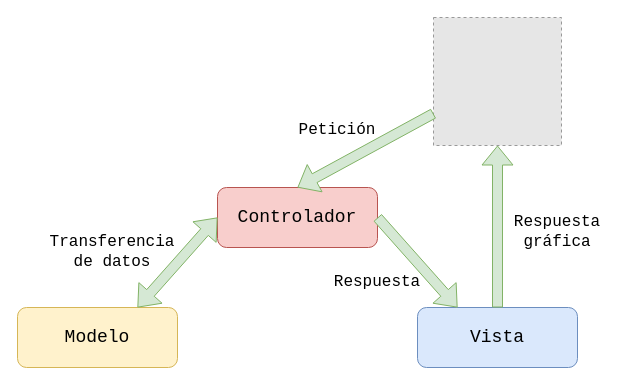
The draw.io diagram Diagrama sin título.drawio in mjcadenas/permutapp, before the edit. Source tidied: cells renumbered, new cells numbered last; positions are measured from the earlier drawing's top-left corner, leaving out a move shared by most shapes. Both pictures are drawn from the tidied source at 100%, with x=0, y=0 at pixel (17, 17). Pictures stored in the file or linked from it are replaced by grey dashed boxes.
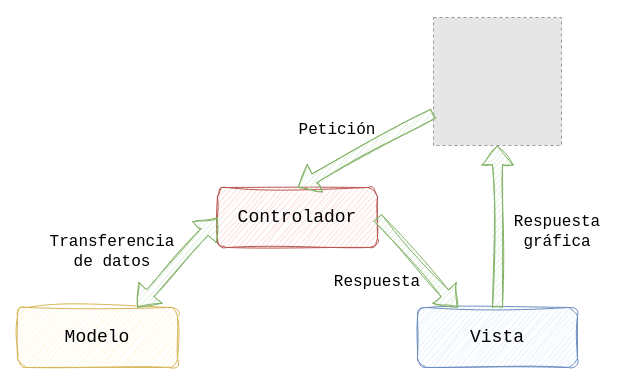
After the change.

What changed in the source:
```diff
@@
 <mxGraphModel>
   <root>
     <mxCell id="0" />
     <mxCell id="1" parent="0" />
-    <mxCell id="2" value="&lt;pre&gt;&lt;font style=&quot;font-size: 18px;&quot; face=&quot;Courier New&quot;&gt;Modelo&lt;/font&gt;&lt;/pre&gt;" style="rounded=1;whiteSpace=wrap;html=1;fillColor=#fff2cc;strokeColor=#d6b656;" parent="1" vertex="1">
+    <mxCell id="2" value="&lt;pre&gt;&lt;font style=&quot;font-size: 18px;&quot; face=&quot;Courier New&quot;&gt;Modelo&lt;/font&gt;&lt;/pre&gt;" style="rounded=1;whiteSpace=wrap;html=1;fillColor=#fff2cc;strokeColor=#d6b656;sketch=1;curveFitting=1;jiggle=2;" parent="1" vertex="1">
       <mxGeometry y="290" width="160" height="60" as="geometry" />
     </mxCell>
-    <mxCell id="3" value="&lt;pre&gt;&lt;font style=&quot;font-size: 18px;&quot; face=&quot;Courier New&quot;&gt;Controlador&lt;/font&gt;&lt;/pre&gt;" style="rounded=1;whiteSpace=wrap;html=1;fillColor=#f8cecc;strokeColor=#b85450;" parent="1" vertex="1">
+    <mxCell id="3" value="&lt;pre&gt;&lt;font style=&quot;font-size: 18px;&quot; face=&quot;Courier New&quot;&gt;Controlador&lt;/font&gt;&lt;/pre&gt;" style="rounded=1;whiteSpace=wrap;html=1;fillColor=#f8cecc;strokeColor=#b85450;sketch=1;curveFitting=1;jiggle=2;" parent="1" vertex="1">
       <mxGeometry x="200" y="170" width="160" height="60" as="geometry" />
     </mxCell>
-    <mxCell id="4" value="&lt;pre&gt;&lt;font style=&quot;font-size: 18px;&quot; face=&quot;Courier New&quot;&gt;Vista&lt;/font&gt;&lt;/pre&gt;" style="rounded=1;whiteSpace=wrap;html=1;fillColor=#dae8fc;strokeColor=#6c8ebf;" parent="1" vertex="1">
+    <mxCell id="4" value="&lt;pre&gt;&lt;font style=&quot;font-size: 18px;&quot; face=&quot;Courier New&quot;&gt;Vista&lt;/font&gt;&lt;/pre&gt;" style="rounded=1;whiteSpace=wrap;html=1;fillColor=#dae8fc;strokeColor=#6c8ebf;sketch=1;curveFitting=1;jiggle=2;" parent="1" vertex="1">
       <mxGeometry x="400" y="290" width="160" height="60" as="geometry" />
     </mxCell>
-    <mxCell id="5" style="shape=flexArrow;endArrow=classic;startArrow=classic;html=1;rounded=0;exitX=0.75;exitY=0;exitDx=0;exitDy=0;fillColor=#d5e8d4;strokeColor=#82b366;entryX=0;entryY=0.5;entryDx=0;entryDy=0;" parent="1" edge="1" source="2" target="3">
+    <mxCell id="5" style="shape=flexArrow;endArrow=classic;startArrow=classic;html=1;rounded=1;exitX=0.75;exitY=0;exitDx=0;exitDy=0;fillColor=#d5e8d4;strokeColor=#82b366;entryX=0;entryY=0.5;entryDx=0;entryDy=0;sketch=1;curveFitting=1;jiggle=2;" parent="1" edge="1" source="2" target="3">
       <mxGeometry relative="1" as="geometry" />
     </mxCell>
-    <mxCell id="6" style="shape=flexArrow;endArrow=none;startArrow=block;html=1;rounded=0;exitX=0.25;exitY=0;exitDx=0;exitDy=0;fillColor=#d5e8d4;strokeColor=#82b366;entryX=1;entryY=0.5;entryDx=0;entryDy=0;startFill=0;endFill=0;" parent="1" edge="1" source="4" target="3">
+    <mxCell id="6" style="shape=flexArrow;endArrow=none;startArrow=block;html=1;rounded=1;exitX=0.25;exitY=0;exitDx=0;exitDy=0;fillColor=#d5e8d4;strokeColor=#82b366;entryX=1;entryY=0.5;entryDx=0;entryDy=0;startFill=0;endFill=0;sketch=1;curveFitting=1;jiggle=2;" parent="1" edge="1" source="4" target="3">
       <mxGeometry relative="1" as="geometry" />
     </mxCell>
     <mxCell id="7" style="fillColor=#E6E6E6;strokeColor=#999999;dashed=1;html=1;verticalAlign=top;verticalLabelPosition=bottom;labelBackgroundColor=#ffffff;" parent="1" vertex="1">
       <mxGeometry x="416" width="128" height="128" as="geometry" />
     </mxCell>
-    <mxCell id="8" style="shape=flexArrow;endArrow=none;startArrow=block;html=1;rounded=0;exitX=0.5;exitY=1;exitDx=0;exitDy=0;fillColor=#d5e8d4;strokeColor=#82b366;entryX=0.5;entryY=0;entryDx=0;entryDy=0;startFill=0;endFill=0;" parent="1" edge="1" source="7" target="4">
+    <mxCell id="8" style="shape=flexArrow;endArrow=none;startArrow=block;html=1;rounded=1;exitX=0.5;exitY=1;exitDx=0;exitDy=0;fillColor=#d5e8d4;strokeColor=#82b366;entryX=0.5;entryY=0;entryDx=0;entryDy=0;startFill=0;endFill=0;sketch=1;curveFitting=1;jiggle=2;" parent="1" edge="1" source="7" target="4">
       <mxGeometry relative="1" as="geometry" />
     </mxCell>
-    <mxCell id="9" style="shape=flexArrow;endArrow=none;startArrow=block;html=1;rounded=0;exitX=0.5;exitY=0;exitDx=0;exitDy=0;fillColor=#d5e8d4;strokeColor=#82b366;entryX=0;entryY=0.75;entryDx=0;entryDy=0;startFill=0;endFill=0;" parent="1" edge="1" source="3" target="7">
+    <mxCell id="9" style="shape=flexArrow;endArrow=none;startArrow=block;html=1;rounded=1;exitX=0.5;exitY=0;exitDx=0;exitDy=0;fillColor=#d5e8d4;strokeColor=#82b366;entryX=0;entryY=0.75;entryDx=0;entryDy=0;startFill=0;endFill=0;sketch=1;curveFitting=1;jiggle=2;" parent="1" edge="1" source="3" target="7">
       <mxGeometry relative="1" as="geometry" />
     </mxCell>
-    <mxCell id="10" value="&lt;font style=&quot;font-size: 16px;&quot; face=&quot;Courier New&quot;&gt;Petición&lt;/font&gt;" style="text;html=1;strokeColor=none;fillColor=none;align=center;verticalAlign=middle;whiteSpace=wrap;rounded=0;" parent="1" vertex="1">
+    <mxCell id="10" value="&lt;font style=&quot;font-size: 16px;&quot; face=&quot;Courier New&quot;&gt;Petición&lt;/font&gt;" style="text;html=1;strokeColor=none;fillColor=none;align=center;verticalAlign=middle;whiteSpace=wrap;rounded=1;sketch=1;curveFitting=1;jiggle=2;" parent="1" vertex="1">
       <mxGeometry x="280" y="98" width="80" height="30" as="geometry" />
     </mxCell>
-    <mxCell id="11" value="&lt;font face=&quot;Courier New&quot;&gt;&lt;span style=&quot;font-size: 16px;&quot;&gt;Transferencia de datos&lt;/span&gt;&lt;/font&gt;" style="text;html=1;strokeColor=none;fillColor=none;align=center;verticalAlign=middle;whiteSpace=wrap;rounded=0;" parent="1" vertex="1">
+    <mxCell id="11" value="&lt;font face=&quot;Courier New&quot;&gt;&lt;span style=&quot;font-size: 16px;&quot;&gt;Transferencia de datos&lt;/span&gt;&lt;/font&gt;" style="text;html=1;strokeColor=none;fillColor=none;align=center;verticalAlign=middle;whiteSpace=wrap;rounded=1;sketch=1;curveFitting=1;jiggle=2;" parent="1" vertex="1">
       <mxGeometry x="30" y="220" width="130" height="30" as="geometry" />
     </mxCell>
-    <mxCell id="12" value="&lt;font style=&quot;font-size: 16px;&quot; face=&quot;Courier New&quot;&gt;Respuesta&lt;/font&gt;" style="text;html=1;strokeColor=none;fillColor=none;align=center;verticalAlign=middle;whiteSpace=wrap;rounded=0;" parent="1" vertex="1">
+    <mxCell id="12" value="&lt;font style=&quot;font-size: 16px;&quot; face=&quot;Courier New&quot;&gt;Respuesta&lt;/font&gt;" style="text;html=1;strokeColor=none;fillColor=none;align=center;verticalAlign=middle;whiteSpace=wrap;rounded=1;sketch=1;curveFitting=1;jiggle=2;" parent="1" vertex="1">
       <mxGeometry x="320" y="250" width="80" height="30" as="geometry" />
     </mxCell>
-    <mxCell id="13" value="&lt;font style=&quot;font-size: 16px;&quot; face=&quot;Courier New&quot;&gt;Respuesta gráfica&lt;/font&gt;" style="text;html=1;strokeColor=none;fillColor=none;align=center;verticalAlign=middle;whiteSpace=wrap;rounded=0;" parent="1" vertex="1">
+    <mxCell id="13" value="&lt;font style=&quot;font-size: 16px;&quot; face=&quot;Courier New&quot;&gt;Respuesta gráfica&lt;/font&gt;" style="text;html=1;strokeColor=none;fillColor=none;align=center;verticalAlign=middle;whiteSpace=wrap;rounded=1;sketch=1;curveFitting=1;jiggle=2;" parent="1" vertex="1">
       <mxGeometry x="500" y="200" width="80" height="30" as="geometry" />
     </mxCell>
   </root>
 </mxGraphModel>
```
